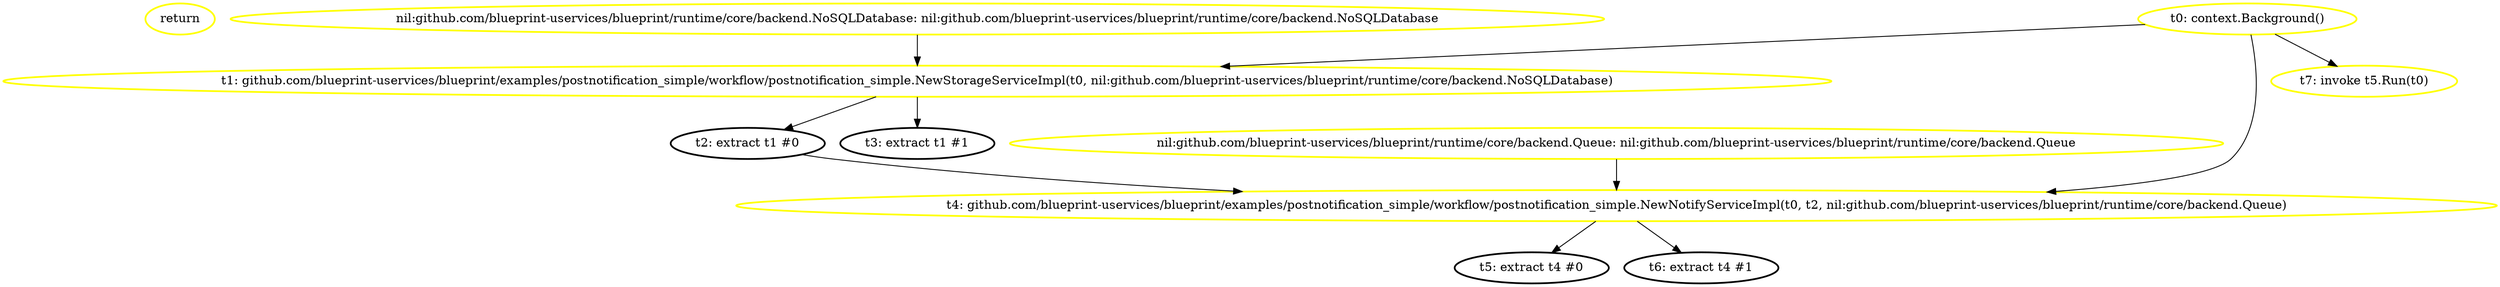
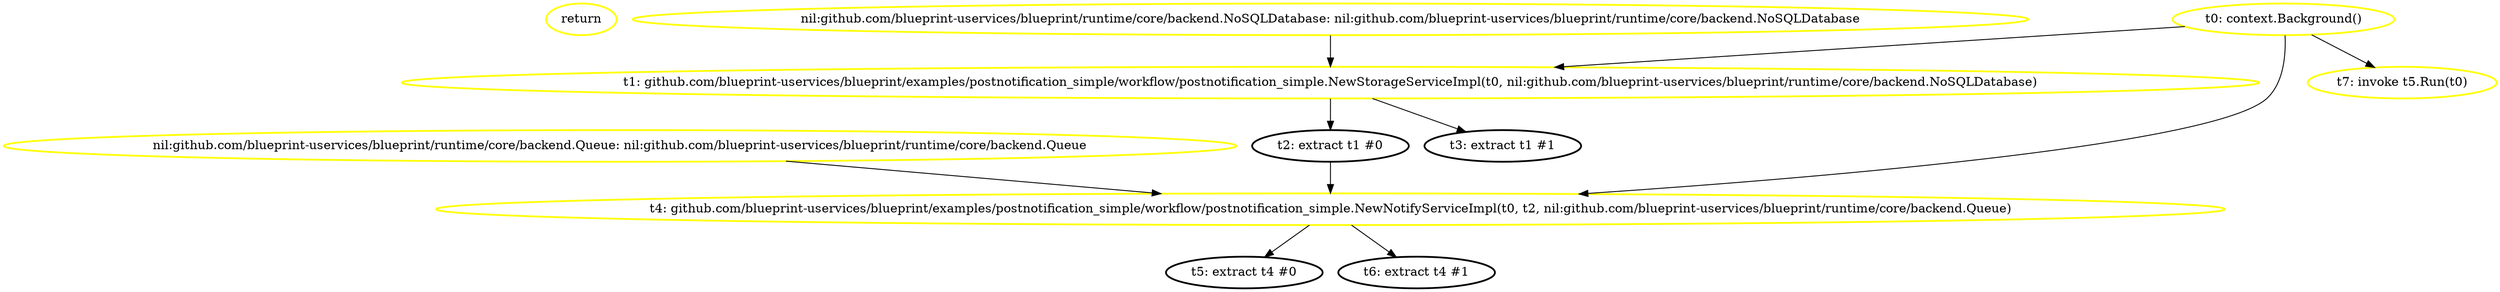
digraph G {
	rankdir=TD;
- 	N_instr_ret_1483557977 [label="return", style=bold, shape=ellipse, color="yellow"];
- 	N_nil_244868557 [label="nil:github.com/blueprint-uservices/blueprint/runtime/core/backend.NoSQLDatabase: nil:github.com/blueprint-uservices/blueprint/runtime/core/backend.NoSQLDatabase", style=bold, shape=ellipse, color="yellow"];
- 	N_nil_452449972 [label="nil:github.com/blueprint-uservices/blueprint/runtime/core/backend.Queue: nil:github.com/blueprint-uservices/blueprint/runtime/core/backend.Queue", style=bold, shape=ellipse, color="yellow"];
+ 	N_instr_ret_1916299923 [label="return", style=bold, shape=ellipse, color="yellow"];
+ 	N_nil_1023753509 [label="nil:github.com/blueprint-uservices/blueprint/runtime/core/backend.Queue: nil:github.com/blueprint-uservices/blueprint/runtime/core/backend.Queue", style=bold, shape=ellipse, color="yellow"];
+ 	N_nil_120887948 [label="nil:github.com/blueprint-uservices/blueprint/runtime/core/backend.NoSQLDatabase: nil:github.com/blueprint-uservices/blueprint/runtime/core/backend.NoSQLDatabase", style=bold, shape=ellipse, color="yellow"];
	N_val_call_254 [label="t0: context.Background()", style=bold, shape=ellipse, color="yellow"];
	N_val_call_360 [label="t1: github.com/blueprint-uservices/blueprint/examples/postnotification_simple/workflow/postnotification_simple.NewStorageServiceImpl(t0, nil:github.com/blueprint-uservices/blueprint/runtime/core/backend.NoSQLDatabase)", style=bold, shape=ellipse, color="yellow"];
	N_val_call_479 [label="t4: github.com/blueprint-uservices/blueprint/examples/postnotification_simple/workflow/postnotification_simple.NewNotifyServiceImpl(t0, t2, nil:github.com/blueprint-uservices/blueprint/runtime/core/backend.Queue)", style=bold, shape=ellipse, color="yellow"];
	N_val_call_541 [label="t7: invoke t5.Run(t0)", style=bold, shape=ellipse, color="yellow"];
	N_val_extrt2 [label="t2: extract t1 #0", style=bold, shape=ellipse, color="black"];
	N_val_extrt3 [label="t3: extract t1 #1", style=bold, shape=ellipse, color="black"];
	N_val_extrt5 [label="t5: extract t4 #0", style=bold, shape=ellipse, color="black"];
	N_val_extrt6 [label="t6: extract t4 #1", style=bold, shape=ellipse, color="black"];
	N_val_call_254 -> N_val_call_360;
- 	N_nil_244868557 -> N_val_call_360;
+ 	N_nil_120887948 -> N_val_call_360;
	N_val_call_360 -> N_val_extrt2;
	N_val_call_360 -> N_val_extrt3;
	N_val_call_254 -> N_val_call_479;
	N_val_extrt2 -> N_val_call_479;
- 	N_nil_452449972 -> N_val_call_479;
+ 	N_nil_1023753509 -> N_val_call_479;
	N_val_call_479 -> N_val_extrt5;
	N_val_call_479 -> N_val_extrt6;
	N_val_call_254 -> N_val_call_541;
}
